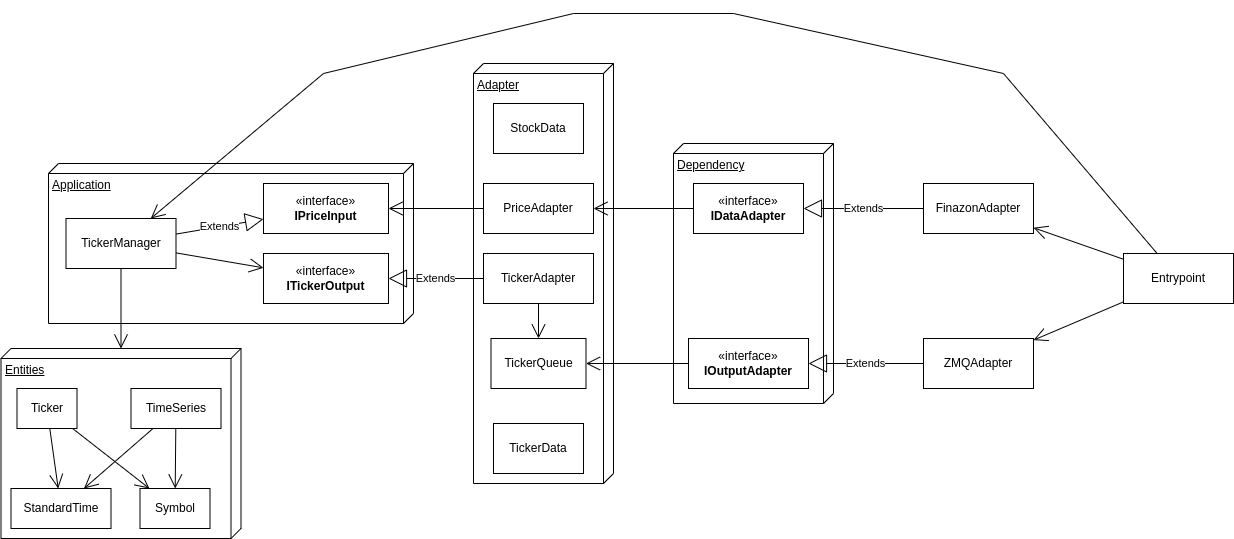
mwhicks-dev/automatic-octo-spoon keeps this draw.io diagram as docs/structure.png. Above is the earlier version. Source tidied: cells renumbered, new cells last; positions are measured from the earlier drawing's top-left corner, leaving out a move shared by most shapes.
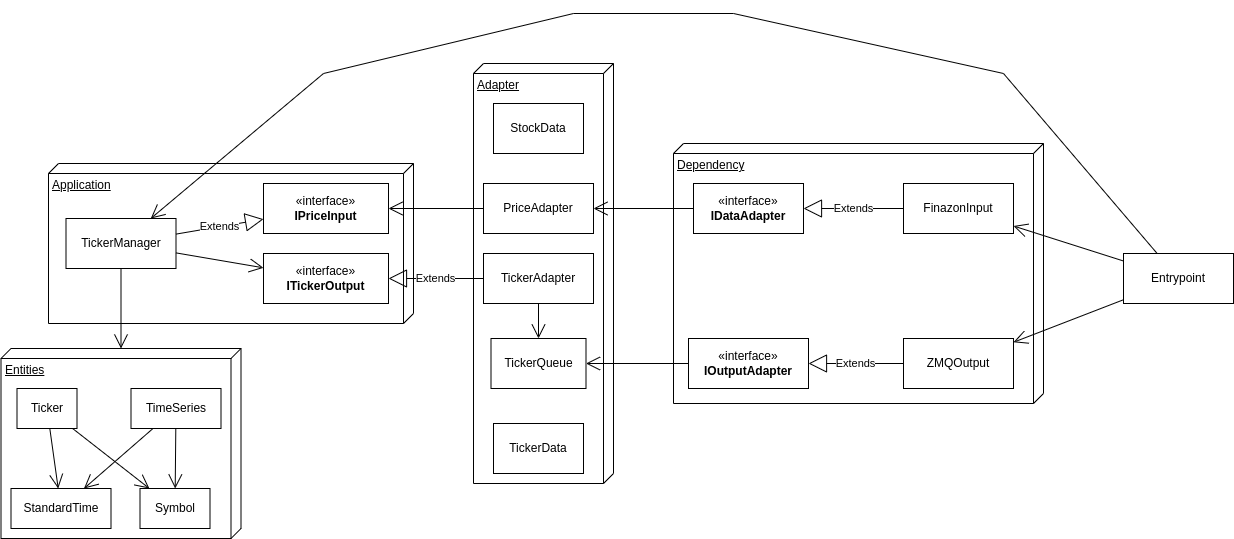
Later version of the same file.

Diff of the diagram source:
```diff
@@ -75,7 +75,7 @@
       <mxGeometry relative="1" as="geometry" />
     </mxCell>
     <mxCell id="26" value="Dependency" style="verticalAlign=top;align=left;spacingTop=8;spacingLeft=2;spacingRight=12;shape=cube;size=10;direction=south;fontStyle=4;html=1;whiteSpace=wrap;" parent="1" vertex="1">
-      <mxGeometry x="672" y="130" width="160" height="260" as="geometry" />
+      <mxGeometry x="672" y="130" width="370" height="260" as="geometry" />
     </mxCell>
     <mxCell id="27" style="endArrow=open;endFill=1;endSize=12;html=1;rounded=0;" parent="1" edge="1" source="33" target="24">
       <mxGeometry relative="1" as="geometry" />
@@ -108,11 +108,11 @@
     <mxCell id="34" style="endArrow=open;endFill=1;endSize=12;html=1;rounded=0;" parent="1" edge="1" source="32" target="30">
       <mxGeometry relative="1" as="geometry" />
     </mxCell>
-    <mxCell id="35" value="FinazonAdapter" style="html=1;whiteSpace=wrap;" parent="1" vertex="1">
-      <mxGeometry x="922" y="170" width="110" height="50" as="geometry" />
+    <mxCell id="35" value="FinazonInput" style="html=1;whiteSpace=wrap;" parent="1" vertex="1">
+      <mxGeometry x="902" y="170" width="110" height="50" as="geometry" />
     </mxCell>
-    <mxCell id="36" value="ZMQAdapter" style="html=1;whiteSpace=wrap;" parent="1" vertex="1">
-      <mxGeometry x="922" y="325" width="110" height="50" as="geometry" />
+    <mxCell id="36" value="ZMQOutput" style="html=1;whiteSpace=wrap;" parent="1" vertex="1">
+      <mxGeometry x="902" y="325" width="110" height="50" as="geometry" />
     </mxCell>
     <mxCell id="37" style="endArrow=open;endFill=1;endSize=12;html=1;rounded=0;" parent="1" edge="1" source="28" target="35">
       <mxGeometry relative="1" as="geometry" />
```
